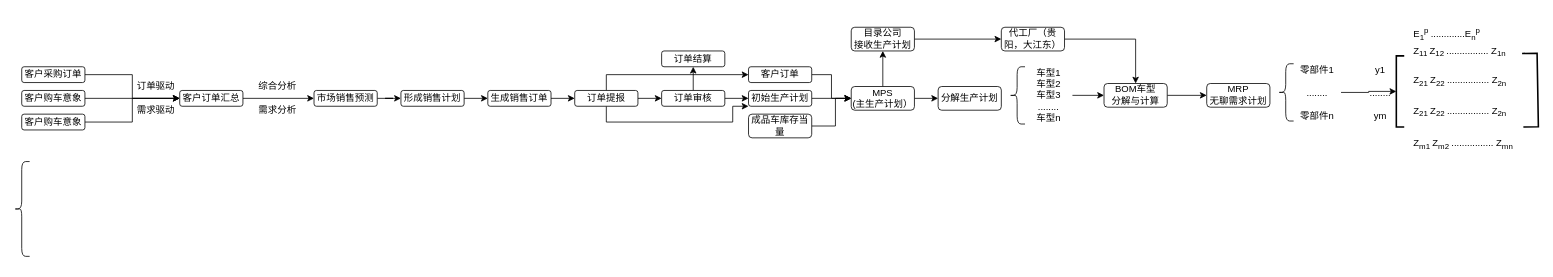
Earlier version of the draw.io diagram mes+erp.drawio (yudar1024/drawio). Source tidied: cells renumbered, new cells numbered last; positions are measured from the earlier drawing's top-left corner, leaving out a move shared by most shapes. Both pictures are drawn from the tidied source at 79%, with x=0, y=0 at pixel (13, 13).
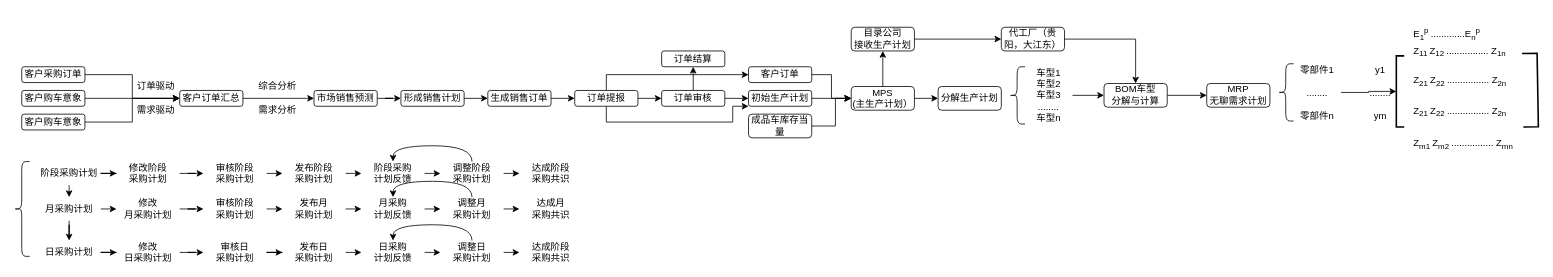
The same diagram, later.

Change to the diagram source:
```diff
@@
+    <mxCell id="61" style="edgeStyle=orthogonalEdgeStyle;rounded=0;jettySize=auto;html=1;exitX=0.5;exitY=1;exitDx=0;exitDy=0;entryX=0.5;entryY=0;entryDx=0;entryDy=0;" parent="1" edge="1" source="63" target="66">
+      <mxGeometry relative="1" as="geometry" />
+    </mxCell>
+    <mxCell id="62" style="edgeStyle=orthogonalEdgeStyle;rounded=0;jettySize=auto;html=1;exitX=1;exitY=0.5;exitDx=0;exitDy=0;" parent="1" edge="1" source="63" target="70">
+      <mxGeometry relative="1" as="geometry" />
+    </mxCell>
+    <mxCell id="63" value="阶段采购计划" style="text;html=1;strokeColor=none;fillColor=none;align=center;verticalAlign=middle;whiteSpace=wrap;rounded=0;" parent="1" vertex="1">
+      <mxGeometry x="30" y="187" width="80" height="30" as="geometry" />
+    </mxCell>
+    <mxCell id="64" style="edgeStyle=orthogonalEdgeStyle;rounded=0;jettySize=auto;html=1;exitX=0.5;exitY=1;exitDx=0;exitDy=0;" parent="1" edge="1" source="66" target="68">
+      <mxGeometry relative="1" as="geometry" />
+    </mxCell>
+    <mxCell id="65" style="edgeStyle=orthogonalEdgeStyle;rounded=0;jettySize=auto;html=1;exitX=1;exitY=0.5;exitDx=0;exitDy=0;entryX=0;entryY=0.5;entryDx=0;entryDy=0;strokeColor=default;" parent="1" edge="1" source="66" target="72">
+      <mxGeometry relative="1" as="geometry" />
+    </mxCell>
+    <mxCell id="66" value="月采购计划" style="text;html=1;strokeColor=none;fillColor=none;align=center;verticalAlign=middle;whiteSpace=wrap;rounded=0;" parent="1" vertex="1">
+      <mxGeometry x="30" y="232" width="80" height="30" as="geometry" />
+    </mxCell>
+    <mxCell id="67" style="edgeStyle=orthogonalEdgeStyle;jettySize=auto;html=1;exitX=1;exitY=0.5;exitDx=0;exitDy=0;strokeColor=default;rounded=0;" parent="1" edge="1" source="68" target="74">
+      <mxGeometry relative="1" as="geometry" />
+    </mxCell>
+    <mxCell id="68" value="日采购计划" style="text;html=1;strokeColor=none;fillColor=none;align=center;verticalAlign=middle;whiteSpace=wrap;rounded=0;" parent="1" vertex="1">
+      <mxGeometry x="30" y="287" width="80" height="30" as="geometry" />
+    </mxCell>
+    <mxCell id="69" style="edgeStyle=orthogonalEdgeStyle;rounded=0;jettySize=auto;html=1;exitX=1;exitY=0.5;exitDx=0;exitDy=0;" parent="1" edge="1" source="70" target="76">
+      <mxGeometry relative="1" as="geometry" />
+    </mxCell>
+    <mxCell id="70" value="修改阶段&lt;br&gt;采购计划" style="text;html=1;strokeColor=none;fillColor=none;align=center;verticalAlign=middle;whiteSpace=wrap;rounded=0;" parent="1" vertex="1">
+      <mxGeometry x="130" y="187" width="80" height="30" as="geometry" />
+    </mxCell>
+    <mxCell id="71" style="edgeStyle=orthogonalEdgeStyle;rounded=0;jettySize=auto;html=1;exitX=1;exitY=0.5;exitDx=0;exitDy=0;strokeColor=default;" parent="1" edge="1" source="72" target="78">
+      <mxGeometry relative="1" as="geometry" />
+    </mxCell>
+    <mxCell id="72" value="修改&lt;br&gt;月采购计划" style="text;html=1;strokeColor=none;fillColor=none;align=center;verticalAlign=middle;whiteSpace=wrap;rounded=0;" parent="1" vertex="1">
+      <mxGeometry x="130" y="232" width="80" height="30" as="geometry" />
+    </mxCell>
+    <mxCell id="73" style="edgeStyle=orthogonalEdgeStyle;rounded=0;jettySize=auto;html=1;exitX=1;exitY=0.5;exitDx=0;exitDy=0;strokeColor=default;" parent="1" edge="1" source="74" target="80">
+      <mxGeometry relative="1" as="geometry" />
+    </mxCell>
+    <mxCell id="74" value="修改&lt;br&gt;日采购计划" style="text;html=1;strokeColor=none;fillColor=none;align=center;verticalAlign=middle;whiteSpace=wrap;rounded=0;" parent="1" vertex="1">
+      <mxGeometry x="130" y="287" width="80" height="30" as="geometry" />
+    </mxCell>
+    <mxCell id="75" style="edgeStyle=orthogonalEdgeStyle;rounded=0;jettySize=auto;html=1;exitX=1;exitY=0.5;exitDx=0;exitDy=0;entryX=0;entryY=0.5;entryDx=0;entryDy=0;" parent="1" edge="1" source="76" target="82">
+      <mxGeometry relative="1" as="geometry" />
+    </mxCell>
+    <mxCell id="76" value="审核阶段&lt;br&gt;采购计划" style="text;html=1;strokeColor=none;fillColor=none;align=center;verticalAlign=middle;whiteSpace=wrap;rounded=0;" parent="1" vertex="1">
+      <mxGeometry x="240" y="187" width="80" height="30" as="geometry" />
+    </mxCell>
+    <mxCell id="77" style="edgeStyle=orthogonalEdgeStyle;rounded=0;jettySize=auto;html=1;exitX=1;exitY=0.5;exitDx=0;exitDy=0;entryX=0;entryY=0.5;entryDx=0;entryDy=0;strokeColor=default;" parent="1" edge="1" source="78" target="84">
+      <mxGeometry relative="1" as="geometry" />
+    </mxCell>
+    <mxCell id="78" value="审核阶段&lt;br&gt;采购计划" style="text;html=1;strokeColor=none;fillColor=none;align=center;verticalAlign=middle;whiteSpace=wrap;rounded=0;" parent="1" vertex="1">
+      <mxGeometry x="240" y="232" width="80" height="30" as="geometry" />
+    </mxCell>
+    <mxCell id="79" style="edgeStyle=orthogonalEdgeStyle;rounded=0;jettySize=auto;html=1;exitX=1;exitY=0.5;exitDx=0;exitDy=0;strokeColor=default;" parent="1" edge="1" source="80" target="86">
+      <mxGeometry relative="1" as="geometry" />
+    </mxCell>
+    <mxCell id="80" value="审核日&lt;br&gt;采购计划" style="text;html=1;strokeColor=none;fillColor=none;align=center;verticalAlign=middle;whiteSpace=wrap;rounded=0;" parent="1" vertex="1">
+      <mxGeometry x="240" y="287" width="80" height="30" as="geometry" />
+    </mxCell>
+    <mxCell id="81" style="edgeStyle=orthogonalEdgeStyle;rounded=0;jettySize=auto;html=1;exitX=1;exitY=0.5;exitDx=0;exitDy=0;entryX=0;entryY=0.5;entryDx=0;entryDy=0;" parent="1" edge="1" source="82" target="88">
+      <mxGeometry relative="1" as="geometry" />
+    </mxCell>
+    <mxCell id="82" value="发布阶段&lt;br&gt;采购计划" style="text;html=1;strokeColor=none;fillColor=none;align=center;verticalAlign=middle;whiteSpace=wrap;rounded=0;" parent="1" vertex="1">
+      <mxGeometry x="340" y="187" width="80" height="30" as="geometry" />
+    </mxCell>
+    <mxCell id="83" style="edgeStyle=orthogonalEdgeStyle;rounded=0;jettySize=auto;html=1;exitX=1;exitY=0.5;exitDx=0;exitDy=0;entryX=0;entryY=0.5;entryDx=0;entryDy=0;strokeColor=default;" parent="1" edge="1" source="84" target="90">
+      <mxGeometry relative="1" as="geometry" />
+    </mxCell>
+    <mxCell id="84" value="发布月&lt;br&gt;采购计划" style="text;html=1;strokeColor=none;fillColor=none;align=center;verticalAlign=middle;whiteSpace=wrap;rounded=0;" parent="1" vertex="1">
+      <mxGeometry x="340" y="232" width="80" height="30" as="geometry" />
+    </mxCell>
+    <mxCell id="85" style="edgeStyle=orthogonalEdgeStyle;rounded=0;jettySize=auto;html=1;exitX=1;exitY=0.5;exitDx=0;exitDy=0;entryX=0;entryY=0.5;entryDx=0;entryDy=0;strokeColor=default;" parent="1" edge="1" source="86" target="92">
+      <mxGeometry relative="1" as="geometry" />
+    </mxCell>
+    <mxCell id="86" value="发布日&lt;br&gt;采购计划" style="text;html=1;strokeColor=none;fillColor=none;align=center;verticalAlign=middle;whiteSpace=wrap;rounded=0;" parent="1" vertex="1">
+      <mxGeometry x="340" y="287" width="80" height="30" as="geometry" />
+    </mxCell>
+    <mxCell id="87" style="edgeStyle=orthogonalEdgeStyle;rounded=0;jettySize=auto;html=1;exitX=1;exitY=0.5;exitDx=0;exitDy=0;entryX=0;entryY=0.5;entryDx=0;entryDy=0;" parent="1" edge="1" source="88" target="95">
+      <mxGeometry relative="1" as="geometry" />
+    </mxCell>
+    <mxCell id="88" value="阶段采购&lt;br&gt;计划反馈" style="text;html=1;strokeColor=none;fillColor=none;align=center;verticalAlign=middle;whiteSpace=wrap;rounded=0;" parent="1" vertex="1">
+      <mxGeometry x="440" y="187" width="80" height="30" as="geometry" />
+    </mxCell>
+    <mxCell id="89" style="edgeStyle=orthogonalEdgeStyle;rounded=0;jettySize=auto;html=1;exitX=1;exitY=0.5;exitDx=0;exitDy=0;entryX=0;entryY=0.5;entryDx=0;entryDy=0;strokeColor=default;" parent="1" edge="1" source="90" target="98">
+      <mxGeometry relative="1" as="geometry" />
+    </mxCell>
+    <mxCell id="90" value="月采购&lt;br&gt;计划反馈" style="text;html=1;strokeColor=none;fillColor=none;align=center;verticalAlign=middle;whiteSpace=wrap;rounded=0;" parent="1" vertex="1">
+      <mxGeometry x="440" y="232" width="80" height="30" as="geometry" />
+    </mxCell>
+    <mxCell id="91" style="edgeStyle=orthogonalEdgeStyle;rounded=0;jettySize=auto;html=1;exitX=1;exitY=0.5;exitDx=0;exitDy=0;entryX=0;entryY=0.5;entryDx=0;entryDy=0;strokeColor=default;" parent="1" edge="1" source="92" target="101">
+      <mxGeometry relative="1" as="geometry" />
+    </mxCell>
+    <mxCell id="92" value="日采购&lt;br&gt;计划反馈" style="text;html=1;strokeColor=none;fillColor=none;align=center;verticalAlign=middle;whiteSpace=wrap;rounded=0;" parent="1" vertex="1">
+      <mxGeometry x="440" y="287" width="80" height="30" as="geometry" />
+    </mxCell>
+    <mxCell id="93" style="edgeStyle=orthogonalEdgeStyle;jettySize=auto;html=1;exitX=0.5;exitY=0;exitDx=0;exitDy=0;entryX=0.5;entryY=0;entryDx=0;entryDy=0;strokeColor=default;curved=1;" parent="1" edge="1" source="95" target="88">
+      <mxGeometry relative="1" as="geometry" />
+    </mxCell>
+    <mxCell id="94" style="edgeStyle=orthogonalEdgeStyle;rounded=0;jettySize=auto;html=1;exitX=1;exitY=0.5;exitDx=0;exitDy=0;entryX=0;entryY=0.5;entryDx=0;entryDy=0;strokeColor=default;" parent="1" edge="1" source="95" target="102">
+      <mxGeometry relative="1" as="geometry" />
+    </mxCell>
+    <mxCell id="95" value="调整阶段&lt;br&gt;采购计划" style="text;html=1;strokeColor=none;fillColor=none;align=center;verticalAlign=middle;whiteSpace=wrap;rounded=0;" parent="1" vertex="1">
+      <mxGeometry x="540" y="187" width="80" height="30" as="geometry" />
+    </mxCell>
+    <mxCell id="96" style="edgeStyle=orthogonalEdgeStyle;curved=1;jettySize=auto;html=1;exitX=0.5;exitY=0;exitDx=0;exitDy=0;entryX=0.5;entryY=0;entryDx=0;entryDy=0;strokeColor=default;" parent="1" edge="1" source="98" target="90">
+      <mxGeometry relative="1" as="geometry" />
+    </mxCell>
+    <mxCell id="97" style="edgeStyle=orthogonalEdgeStyle;rounded=0;jettySize=auto;html=1;exitX=1;exitY=0.5;exitDx=0;exitDy=0;entryX=0;entryY=0.5;entryDx=0;entryDy=0;strokeColor=default;" parent="1" edge="1" source="98" target="103">
+      <mxGeometry relative="1" as="geometry" />
+    </mxCell>
+    <mxCell id="98" value="调整月&lt;br&gt;采购计划" style="text;html=1;strokeColor=none;fillColor=none;align=center;verticalAlign=middle;whiteSpace=wrap;rounded=0;" parent="1" vertex="1">
+      <mxGeometry x="540" y="232" width="80" height="30" as="geometry" />
+    </mxCell>
+    <mxCell id="99" style="edgeStyle=orthogonalEdgeStyle;curved=1;jettySize=auto;html=1;exitX=0.5;exitY=0;exitDx=0;exitDy=0;entryX=0.5;entryY=0;entryDx=0;entryDy=0;strokeColor=default;" parent="1" edge="1" source="101" target="92">
+      <mxGeometry relative="1" as="geometry" />
+    </mxCell>
+    <mxCell id="100" style="edgeStyle=orthogonalEdgeStyle;rounded=0;jettySize=auto;html=1;exitX=1;exitY=0.5;exitDx=0;exitDy=0;entryX=0;entryY=0.5;entryDx=0;entryDy=0;strokeColor=default;" parent="1" edge="1" source="101" target="104">
+      <mxGeometry relative="1" as="geometry" />
+    </mxCell>
+    <mxCell id="101" value="调整日&lt;br&gt;采购计划" style="text;html=1;strokeColor=none;fillColor=none;align=center;verticalAlign=middle;whiteSpace=wrap;rounded=0;" parent="1" vertex="1">
+      <mxGeometry x="540" y="287" width="80" height="30" as="geometry" />
+    </mxCell>
+    <mxCell id="102" value="达成阶段&lt;br&gt;采购共识" style="text;html=1;strokeColor=none;fillColor=none;align=center;verticalAlign=middle;whiteSpace=wrap;rounded=0;" parent="1" vertex="1">
+      <mxGeometry x="640" y="187" width="80" height="30" as="geometry" />
+    </mxCell>
+    <mxCell id="103" value="达成月&lt;br&gt;采购共识" style="text;html=1;strokeColor=none;fillColor=none;align=center;verticalAlign=middle;whiteSpace=wrap;rounded=0;" parent="1" vertex="1">
+      <mxGeometry x="640" y="232" width="80" height="30" as="geometry" />
+    </mxCell>
+    <mxCell id="104" value="达成阶段&lt;br&gt;采购共识" style="text;html=1;strokeColor=none;fillColor=none;align=center;verticalAlign=middle;whiteSpace=wrap;rounded=0;" parent="1" vertex="1">
+      <mxGeometry x="640" y="287" width="80" height="30" as="geometry" />
+    </mxCell>
```
